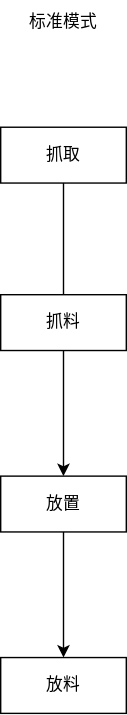
Stolorzs/Picgo keeps this draw.io diagram as drawio/易码流程图.svg. Above is the earlier version. Source tidied: cells renumbered, new cells last; positions are measured from the earlier drawing's top-left corner, leaving out a move shared by most shapes.
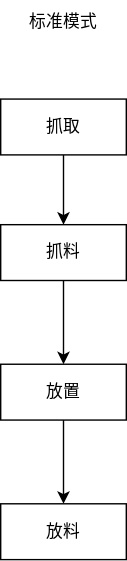
After the change.

Commit message:
更新易码流程图.svg

What changed in the source:
```diff
@@ -2,26 +2,29 @@
   <root>
     <mxCell id="0" />
     <mxCell id="1" parent="0" />
-    <mxCell id="2" style="edgeStyle=orthogonalEdgeStyle;rounded=0;jettySize=auto;html=1;entryX=0.5;entryY=0;entryDx=0;entryDy=0;" parent="1" edge="1" source="3" target="5">
-      <mxGeometry relative="1" as="geometry" />
-    </mxCell>
+    <mxCell id="9" style="edgeStyle=orthogonalEdgeStyle;rounded=0;jettySize=auto;html=1;" parent="1" edge="1" source="3" target="7">
+      <mxGeometry relative="1" as="geometry" />
+    </mxCell>
     <mxCell id="3" value="抓取" style="rounded=0;whiteSpace=wrap;html=1;" parent="1" vertex="1">
-      <mxGeometry y="90" width="90" height="40" as="geometry" />
+      <mxGeometry y="70" width="90" height="40" as="geometry" />
     </mxCell>
     <mxCell id="4" style="edgeStyle=orthogonalEdgeStyle;rounded=0;jettySize=auto;html=1;" parent="1" edge="1" source="5" target="8">
       <mxGeometry relative="1" as="geometry" />
     </mxCell>
     <mxCell id="5" value="放置" style="rounded=0;whiteSpace=wrap;html=1;" parent="1" vertex="1">
-      <mxGeometry y="340" width="90" height="40" as="geometry" />
+      <mxGeometry y="260" width="90" height="40" as="geometry" />
     </mxCell>
     <mxCell id="6" value="标准模式" style="text;html=1;align=center;verticalAlign=middle;whiteSpace=wrap;rounded=0;" parent="1" vertex="1">
       <mxGeometry x="15" width="60" height="30" as="geometry" />
     </mxCell>
+    <mxCell id="10" style="edgeStyle=orthogonalEdgeStyle;rounded=0;jettySize=auto;html=1;entryX=0.5;entryY=0;entryDx=0;entryDy=0;" parent="1" edge="1" source="7" target="5">
+      <mxGeometry relative="1" as="geometry" />
+    </mxCell>
     <mxCell id="7" value="抓料" style="rounded=0;whiteSpace=wrap;html=1;" parent="1" vertex="1">
-      <mxGeometry y="210" width="90" height="40" as="geometry" />
+      <mxGeometry y="160" width="90" height="40" as="geometry" />
     </mxCell>
     <mxCell id="8" value="放料" style="rounded=0;whiteSpace=wrap;html=1;" parent="1" vertex="1">
-      <mxGeometry y="470" width="90" height="40" as="geometry" />
+      <mxGeometry y="360" width="90" height="40" as="geometry" />
     </mxCell>
   </root>
 </mxGraphModel>
```
